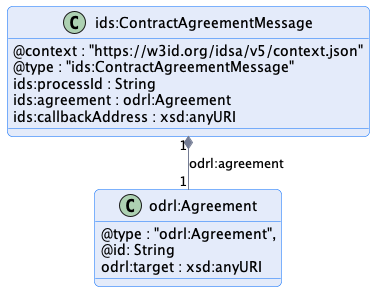
Before: negotiation/message/diagram/contract-agreement-message.png, a diagram exported from PlantUML (International-Data-Spaces-Association/ids-specification). Its diagram source:
```plantuml
@startuml "contract-agreement-message"
!pragma layout smetana

!include ../../diagrams/diagram.styles.puml

hide empty description


class "ids:ContractAgreementMessage" {
    @context : "https://w3id.org/idsa/v5/context.json"
    @type : "ids:ContractAgreementMessage"
    ids:processId : String
    ids:agreement : odrl:Agreement
    ids:callbackAddress : xsd:anyURI
}

class odrl:Agreement {
    @type : "odrl:Agreement",
    @id: String
    odrl:target : xsd:anyURI
}

"ids:ContractAgreementMessage" "1" *-- "1" "odrl:Agreement" : "odrl:agreement"

@enduml
```
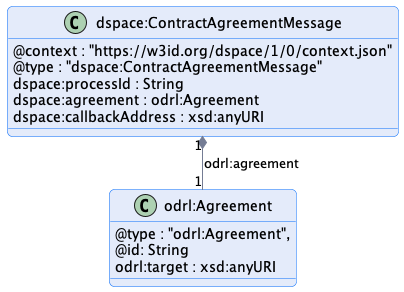
Later version of the same file.

Change to the diagram source:
```diff
@@ -1,17 +1,17 @@
 @startuml "contract-agreement-message"
 !pragma layout smetana
 
-!include ../../diagrams/diagram.styles.puml
+!include ../../../common/style/diagram.styles.puml
 
 hide empty description
 
 
-class "ids:ContractAgreementMessage" {
-    @context : "https://w3id.org/idsa/v5/context.json"
-    @type : "ids:ContractAgreementMessage"
-    ids:processId : String
-    ids:agreement : odrl:Agreement
-    ids:callbackAddress : xsd:anyURI
+class "dspace:ContractAgreementMessage" {
+    @context : "https://w3id.org/dspace/1/0/context.json"
+    @type : "dspace:ContractAgreementMessage"
+    dspace:processId : String
+    dspace:agreement : odrl:Agreement
+    dspace:callbackAddress : xsd:anyURI
 }
 
 class odrl:Agreement {
@@ -20,6 +20,6 @@
     odrl:target : xsd:anyURI
 }
 
-"ids:ContractAgreementMessage" "1" *-- "1" "odrl:Agreement" : "odrl:agreement"
+"dspace:ContractAgreementMessage" "1" *-- "1" "odrl:Agreement" : "odrl:agreement"
 
 @enduml
```
